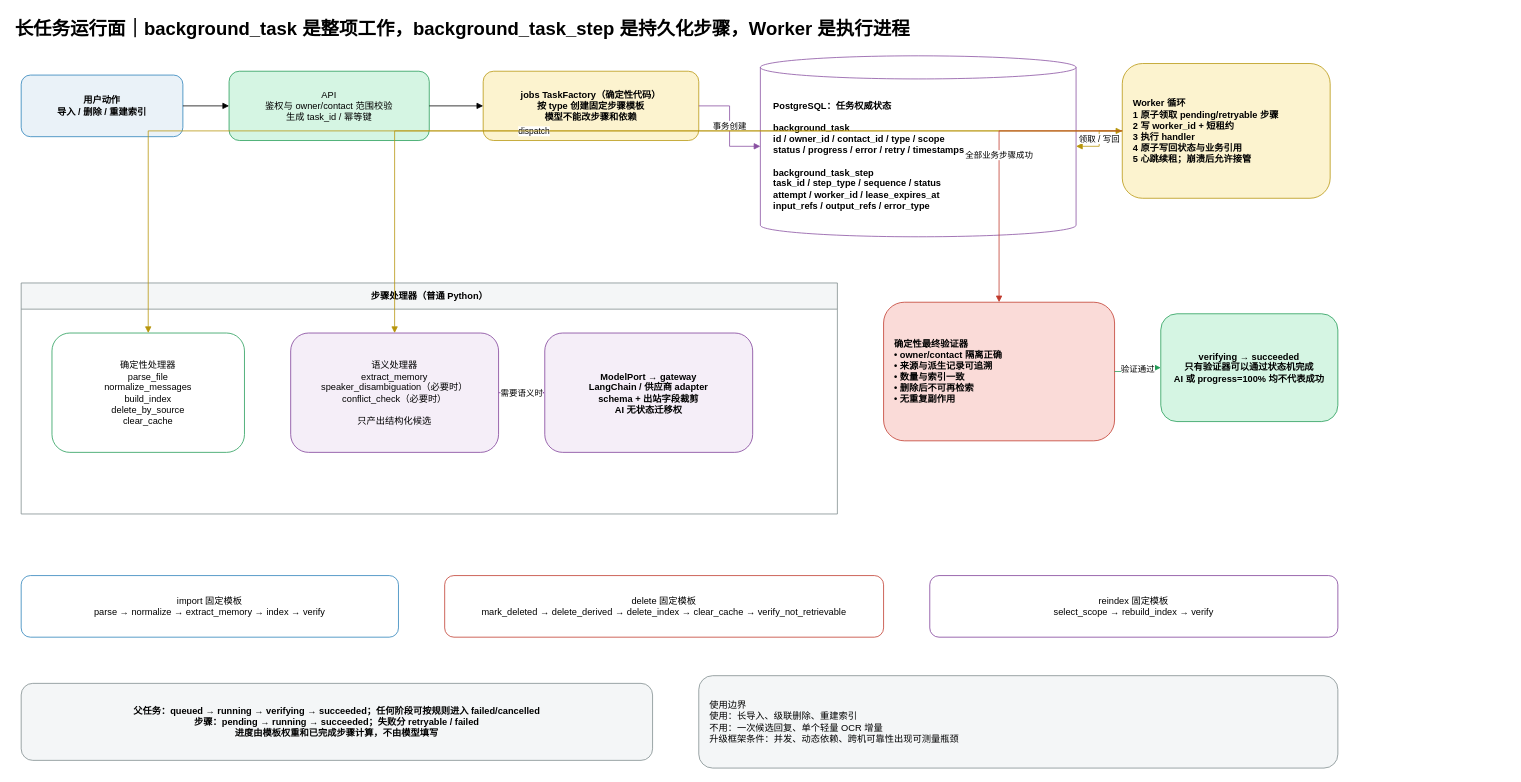
This is page "03-后台任务与Worker" (3 of 5) of architecture/notalone-system-architecture.drawio from Aqua-ava/NotAlone, a draw.io file, before an edit. Source tidied: cells renumbered, new cells numbered last; positions are measured from the earlier drawing's top-left corner, leaving out a move shared by most shapes. Both pictures are drawn from the tidied source at 77%, with x=0, y=0 at pixel (13, 13).
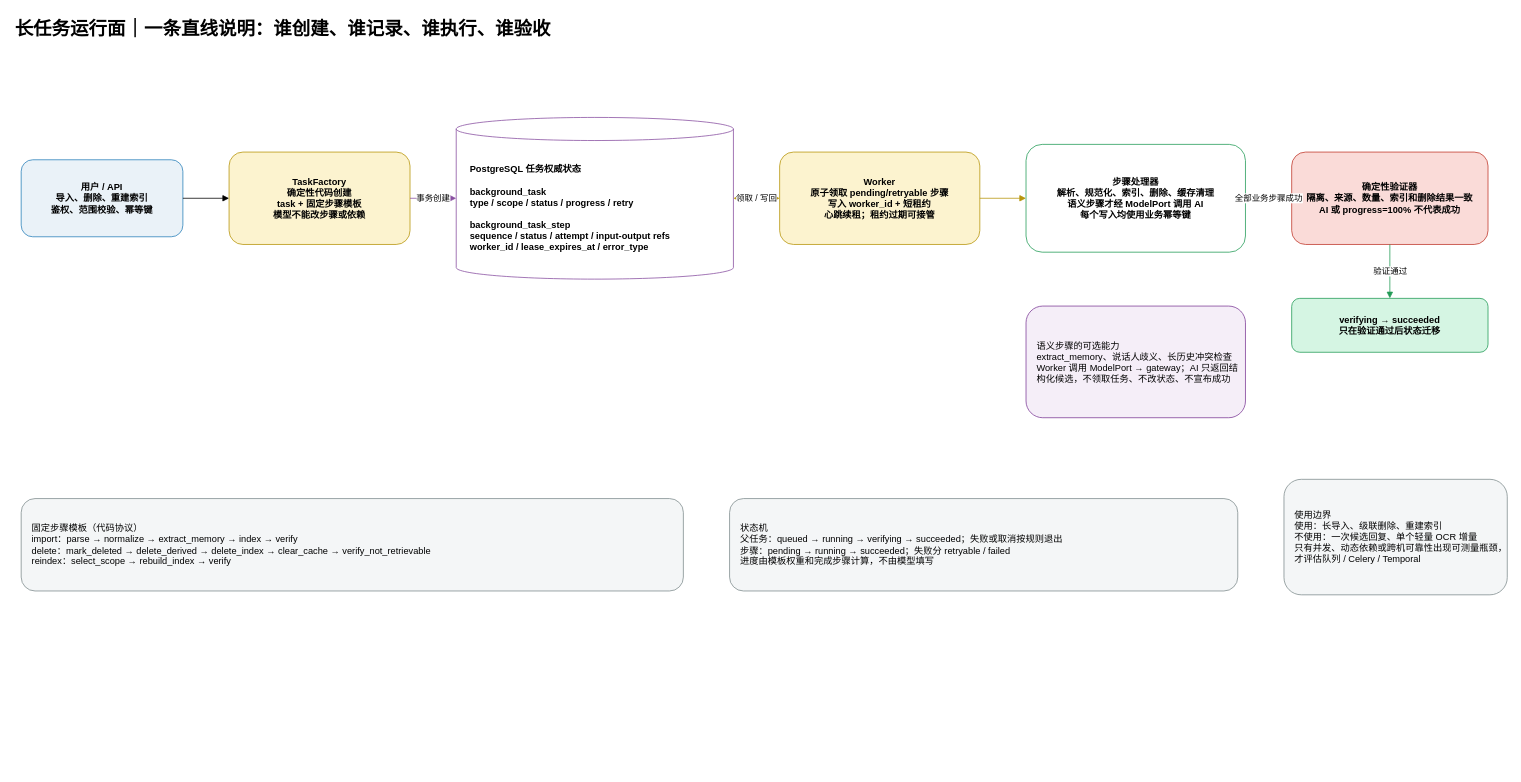
The same page after the edit.

Change to the diagram source:
```diff
@@
-    <mxCell id="2" value="长任务运行面｜background_task 是整项工作，background_task_step 是持久化步骤，Worker 是执行进程" style="text;html=1;fontSize=24;fontStyle=1;align=left;" parent="1" vertex="1">
-      <mxGeometry width="1650" height="40" as="geometry" />
+    <mxCell id="2" value="长任务运行面｜一条直线说明：谁创建、谁记录、谁执行、谁验收" style="text;html=1;fontSize=24;fontStyle=1;align=left;" parent="1" vertex="1">
+      <mxGeometry width="1900" height="40" as="geometry" />
     </mxCell>
-    <mxCell id="3" value="用户动作&#10;导入 / 删除 / 重建索引" style="rounded=1;whiteSpace=wrap;html=1;fillColor=#eaf2f8;strokeColor=#2980b9;fontStyle=1;" parent="1" vertex="1">
-      <mxGeometry x="10" y="80" width="210" height="80" as="geometry" />
-    </mxCell>
-    <mxCell id="4" value="API&#10;鉴权与 owner/contact 范围校验&#10;生成 task_id / 幂等键" style="rounded=1;whiteSpace=wrap;html=1;fillColor=#d5f5e3;strokeColor=#239b56;" parent="1" vertex="1">
-      <mxGeometry x="280" y="75" width="260" height="90" as="geometry" />
-    </mxCell>
-    <mxCell id="5" value="jobs TaskFactory（确定性代码）&#10;按 type 创建固定步骤模板&#10;模型不能改步骤和依赖" style="rounded=1;whiteSpace=wrap;html=1;fillColor=#fcf3cf;strokeColor=#b7950b;fontStyle=1;" parent="1" vertex="1">
-      <mxGeometry x="610" y="75" width="280" height="90" as="geometry" />
-    </mxCell>
-    <mxCell id="6" value="PostgreSQL：任务权威状态&#10;&#10;background_task&#10;id / owner_id / contact_id / type / scope&#10;status / progress / error / retry / timestamps&#10;&#10;background_task_step&#10;task_id / step_type / sequence / status&#10;attempt / worker_id / lease_expires_at&#10;input_refs / output_refs / error_type" style="shape=cylinder3;whiteSpace=wrap;html=1;boundedLbl=1;backgroundOutline=1;size=15;fillColor=#ffffff;strokeColor=#884ea0;fontStyle=1;align=left;spacingLeft=15;" parent="1" vertex="1">
-      <mxGeometry x="970" y="55" width="410" height="235" as="geometry" />
-    </mxCell>
-    <mxCell id="7" value="Worker 循环&#10;1 原子领取 pending/retryable 步骤&#10;2 写 worker_id + 短租约&#10;3 执行 handler&#10;4 原子写回状态与业务引用&#10;5 心跳续租；崩溃后允许接管" style="rounded=1;whiteSpace=wrap;html=1;fillColor=#fcf3cf;strokeColor=#b7950b;fontStyle=1;align=left;spacingLeft=12;" parent="1" vertex="1">
-      <mxGeometry x="1440" y="65" width="270" height="175" as="geometry" />
-    </mxCell>
-    <mxCell id="8" value="步骤处理器（普通 Python）" style="swimlane;html=1;rounded=0;startSize=34;fillColor=#f4f6f7;strokeColor=#7f8c8d;fontStyle=1;" parent="1" vertex="1">
-      <mxGeometry x="10" y="350" width="1060" height="300" as="geometry" />
-    </mxCell>
-    <mxCell id="9" value="确定性处理器&#10;parse_file&#10;normalize_messages&#10;build_index&#10;delete_by_source&#10;clear_cache" style="rounded=1;whiteSpace=wrap;html=1;fillColor=#ffffff;strokeColor=#239b56;" parent="1" vertex="1">
-      <mxGeometry x="50" y="415" width="250" height="155" as="geometry" />
-    </mxCell>
-    <mxCell id="10" value="语义处理器&#10;extract_memory&#10;speaker_disambiguation（必要时）&#10;conflict_check（必要时）&#10;&#10;只产出结构化候选" style="rounded=1;whiteSpace=wrap;html=1;fillColor=#f5eef8;strokeColor=#7d3c98;" parent="1" vertex="1">
-      <mxGeometry x="360" y="415" width="270" height="155" as="geometry" />
-    </mxCell>
-    <mxCell id="11" value="ModelPort → gateway&#10;LangChain / 供应商 adapter&#10;schema + 出站字段裁剪&#10;AI 无状态迁移权" style="rounded=1;whiteSpace=wrap;html=1;fillColor=#f5eef8;strokeColor=#7d3c98;fontStyle=1;" parent="1" vertex="1">
-      <mxGeometry x="690" y="415" width="270" height="155" as="geometry" />
-    </mxCell>
-    <mxCell id="12" value="确定性最终验证器&#10;• owner/contact 隔离正确&#10;• 来源与派生记录可追溯&#10;• 数量与索引一致&#10;• 删除后不可再检索&#10;• 无重复副作用" style="rounded=1;whiteSpace=wrap;html=1;fillColor=#fadbd8;strokeColor=#c0392b;fontStyle=1;align=left;spacingLeft=12;" parent="1" vertex="1">
-      <mxGeometry x="1130" y="375" width="300" height="180" as="geometry" />
-    </mxCell>
-    <mxCell id="13" value="verifying → succeeded&#10;只有验证器可以通过状态机完成&#10;AI 或 progress=100% 均不代表成功" style="rounded=1;whiteSpace=wrap;html=1;fillColor=#d5f5e3;strokeColor=#239b56;fontStyle=1;" parent="1" vertex="1">
-      <mxGeometry x="1490" y="390" width="230" height="140" as="geometry" />
-    </mxCell>
-    <mxCell id="14" value="import 固定模板&#10;parse → normalize → extract_memory → index → verify" style="rounded=1;whiteSpace=wrap;html=1;fillColor=#ffffff;strokeColor=#2980b9;" parent="1" vertex="1">
-      <mxGeometry x="10" y="730" width="490" height="80" as="geometry" />
-    </mxCell>
-    <mxCell id="15" value="delete 固定模板&#10;mark_deleted → delete_derived → delete_index → clear_cache → verify_not_retrievable" style="rounded=1;whiteSpace=wrap;html=1;fillColor=#ffffff;strokeColor=#c0392b;" parent="1" vertex="1">
-      <mxGeometry x="560" y="730" width="570" height="80" as="geometry" />
-    </mxCell>
-    <mxCell id="16" value="reindex 固定模板&#10;select_scope → rebuild_index → verify" style="rounded=1;whiteSpace=wrap;html=1;fillColor=#ffffff;strokeColor=#7d3c98;" parent="1" vertex="1">
-      <mxGeometry x="1190" y="730" width="530" height="80" as="geometry" />
-    </mxCell>
-    <mxCell id="17" value="父任务：queued → running → verifying → succeeded；任何阶段可按规则进入 failed/cancelled&#10;步骤：pending → running → succeeded；失败分 retryable / failed&#10;进度由模板权重和已完成步骤计算，不由模型填写" style="rounded=1;whiteSpace=wrap;html=1;fillColor=#f4f6f7;strokeColor=#7f8c8d;fontStyle=1;" parent="1" vertex="1">
-      <mxGeometry x="10" y="870" width="820" height="100" as="geometry" />
-    </mxCell>
-    <mxCell id="18" value="使用边界&#10;使用：长导入、级联删除、重建索引&#10;不用：一次候选回复、单个轻量 OCR 增量&#10;升级框架条件：并发、动态依赖、跨机可靠性出现可测量瓶颈" style="rounded=1;whiteSpace=wrap;html=1;fillColor=#f4f6f7;strokeColor=#7f8c8d;align=left;spacingLeft=12;" parent="1" vertex="1">
-      <mxGeometry x="890" y="860" width="830" height="120" as="geometry" />
-    </mxCell>
+    <mxCell id="28" value="用户 / API&#10;导入、删除、重建索引&#10;鉴权、范围校验、幂等键" style="rounded=1;whiteSpace=wrap;html=1;fillColor=#eaf2f8;strokeColor=#2980b9;fontStyle=1;" parent="1" vertex="1">
+      <mxGeometry x="10" y="190" width="210" height="100" as="geometry" />
+    </mxCell>
+    <mxCell id="29" value="TaskFactory&#10;确定性代码创建&#10;task + 固定步骤模板&#10;模型不能改步骤或依赖" style="rounded=1;whiteSpace=wrap;html=1;fillColor=#fcf3cf;strokeColor=#b7950b;fontStyle=1;" parent="1" vertex="1">
+      <mxGeometry x="280" y="180" width="235" height="120" as="geometry" />
+    </mxCell>
+    <mxCell id="30" value="PostgreSQL 任务权威状态&#10;&#10;background_task&#10;type / scope / status / progress / retry&#10;&#10;background_task_step&#10;sequence / status / attempt / input-output refs&#10;worker_id / lease_expires_at / error_type" style="shape=cylinder3;whiteSpace=wrap;html=1;boundedLbl=1;backgroundOutline=1;size=15;fillColor=#ffffff;strokeColor=#884ea0;fontStyle=1;align=left;spacingLeft=16;" parent="1" vertex="1">
+      <mxGeometry x="575" y="135" width="360" height="210" as="geometry" />
+    </mxCell>
+    <mxCell id="31" value="Worker&#10;原子领取 pending/retryable 步骤&#10;写入 worker_id + 短租约&#10;心跳续租；租约过期可接管" style="rounded=1;whiteSpace=wrap;html=1;fillColor=#fcf3cf;strokeColor=#b7950b;fontStyle=1;" parent="1" vertex="1">
+      <mxGeometry x="995" y="180" width="260" height="120" as="geometry" />
+    </mxCell>
+    <mxCell id="32" value="步骤处理器&#10;解析、规范化、索引、删除、缓存清理&#10;语义步骤才经 ModelPort 调用 AI&#10;每个写入均使用业务幂等键" style="rounded=1;whiteSpace=wrap;html=1;fillColor=#ffffff;strokeColor=#239b56;fontStyle=1;" parent="1" vertex="1">
+      <mxGeometry x="1315" y="170" width="285" height="140" as="geometry" />
+    </mxCell>
+    <mxCell id="33" value="确定性验证器&#10;隔离、来源、数量、索引和删除结果一致&#10;AI 或 progress=100% 不代表成功" style="rounded=1;whiteSpace=wrap;html=1;fillColor=#fadbd8;strokeColor=#c0392b;fontStyle=1;" parent="1" vertex="1">
+      <mxGeometry x="1660" y="180" width="255" height="120" as="geometry" />
+    </mxCell>
+    <mxCell id="34" value="verifying → succeeded&#10;只在验证通过后状态迁移" style="rounded=1;whiteSpace=wrap;html=1;fillColor=#d5f5e3;strokeColor=#239b56;fontStyle=1;" parent="1" vertex="1">
+      <mxGeometry x="1660" y="370" width="255" height="70" as="geometry" />
+    </mxCell>
+    <mxCell id="35" value="语义步骤的可选能力&#10;extract_memory、说话人歧义、长历史冲突检查&#10;Worker 调用 ModelPort → gateway；AI 只返回结构化候选，不领取任务、不改状态、不宣布成功" style="rounded=1;whiteSpace=wrap;html=1;fillColor=#f5eef8;strokeColor=#7d3c98;align=left;spacingLeft=12;" parent="1" vertex="1">
+      <mxGeometry x="1315" y="380" width="285" height="145" as="geometry" />
+    </mxCell>
+    <mxCell id="36" value="固定步骤模板（代码协议）&#10;import：parse → normalize → extract_memory → index → verify&#10;delete：mark_deleted → delete_derived → delete_index → clear_cache → verify_not_retrievable&#10;reindex：select_scope → rebuild_index → verify" style="rounded=1;whiteSpace=wrap;html=1;fillColor=#f4f6f7;strokeColor=#7f8c8d;align=left;spacingLeft=12;" parent="1" vertex="1">
+      <mxGeometry x="10" y="630" width="860" height="120" as="geometry" />
+    </mxCell>
+    <mxCell id="37" value="状态机&#10;父任务：queued → running → verifying → succeeded；失败或取消按规则退出&#10;步骤：pending → running → succeeded；失败分 retryable / failed&#10;进度由模板权重和完成步骤计算，不由模型填写" style="rounded=1;whiteSpace=wrap;html=1;fillColor=#f4f6f7;strokeColor=#7f8c8d;align=left;spacingLeft=12;" parent="1" vertex="1">
+      <mxGeometry x="930" y="630" width="660" height="120" as="geometry" />
+    </mxCell>
+    <mxCell id="38" value="使用边界&#10;使用：长导入、级联删除、重建索引&#10;不使用：一次候选回复、单个轻量 OCR 增量&#10;只有并发、动态依赖或跨机可靠性出现可测量瓶颈，才评估队列 / Celery / Temporal" style="rounded=1;whiteSpace=wrap;html=1;fillColor=#f4f6f7;strokeColor=#7f8c8d;align=left;spacingLeft=12;" parent="1" vertex="1">
+      <mxGeometry x="1650" y="605" width="290" height="150" as="geometry" />
+    </mxCell>
-    <mxCell id="19" style="edgeStyle=orthogonalEdgeStyle;rounded=0;html=1;endArrow=block;" parent="1" edge="1" source="3" target="4">
+    <mxCell id="19" style="edgeStyle=orthogonalEdgeStyle;rounded=0;html=1;endArrow=block;" parent="1" edge="1" source="28" target="29">
       <mxGeometry relative="1" as="geometry" />
     </mxCell>
-    <mxCell id="20" style="edgeStyle=orthogonalEdgeStyle;rounded=0;html=1;endArrow=block;" parent="1" edge="1" source="4" target="5">
+    <mxCell id="20" value="事务创建" style="edgeStyle=orthogonalEdgeStyle;rounded=0;html=1;endArrow=block;strokeColor=#884ea0;" parent="1" edge="1" source="29" target="30">
       <mxGeometry relative="1" as="geometry" />
     </mxCell>
-    <mxCell id="21" value="事务创建" style="edgeStyle=orthogonalEdgeStyle;rounded=0;html=1;endArrow=block;strokeColor=#884ea0;" parent="1" edge="1" source="5" target="6">
+    <mxCell id="21" value="领取 / 写回" style="edgeStyle=orthogonalEdgeStyle;rounded=0;html=1;startArrow=block;endArrow=block;strokeColor=#b7950b;" parent="1" edge="1" source="30" target="31">
       <mxGeometry relative="1" as="geometry" />
     </mxCell>
-    <mxCell id="22" value="领取 / 写回" style="edgeStyle=orthogonalEdgeStyle;rounded=0;html=1;endArrow=block;startArrow=block;strokeColor=#b7950b;" parent="1" edge="1" source="6" target="7">
+    <mxCell id="22" style="edgeStyle=orthogonalEdgeStyle;rounded=0;html=1;endArrow=block;strokeColor=#b7950b;" parent="1" edge="1" source="31" target="32">
       <mxGeometry relative="1" as="geometry" />
     </mxCell>
-    <mxCell id="23" value="dispatch" style="edgeStyle=orthogonalEdgeStyle;rounded=0;html=1;endArrow=block;strokeColor=#b7950b;" parent="1" edge="1" source="7" target="9">
+    <mxCell id="23" value="全部业务步骤成功" style="edgeStyle=orthogonalEdgeStyle;rounded=0;html=1;endArrow=block;strokeColor=#c0392b;" parent="1" edge="1" source="32" target="33">
       <mxGeometry relative="1" as="geometry" />
     </mxCell>
-    <mxCell id="24" style="edgeStyle=orthogonalEdgeStyle;rounded=0;html=1;endArrow=block;strokeColor=#b7950b;" parent="1" edge="1" source="7" target="10">
+    <mxCell id="24" value="验证通过" style="edgeStyle=orthogonalEdgeStyle;rounded=0;html=1;endArrow=block;strokeColor=#239b56;" parent="1" edge="1" source="33" target="34">
       <mxGeometry relative="1" as="geometry" />
     </mxCell>
-    <mxCell id="25" value="需要语义时" style="edgeStyle=orthogonalEdgeStyle;rounded=0;html=1;endArrow=block;strokeColor=#7d3c98;" parent="1" edge="1" source="10" target="11">
-      <mxGeometry relative="1" as="geometry" />
-    </mxCell>
-    <mxCell id="26" value="全部业务步骤成功" style="edgeStyle=orthogonalEdgeStyle;rounded=0;html=1;endArrow=block;strokeColor=#c0392b;" parent="1" edge="1" source="7" target="12">
-      <mxGeometry relative="1" as="geometry" />
-    </mxCell>
-    <mxCell id="27" value="验证通过" style="edgeStyle=orthogonalEdgeStyle;rounded=0;html=1;endArrow=block;strokeColor=#239b56;" parent="1" edge="1" source="12" target="13">
-      <mxGeometry relative="1" as="geometry" />
-    </mxCell>
```
